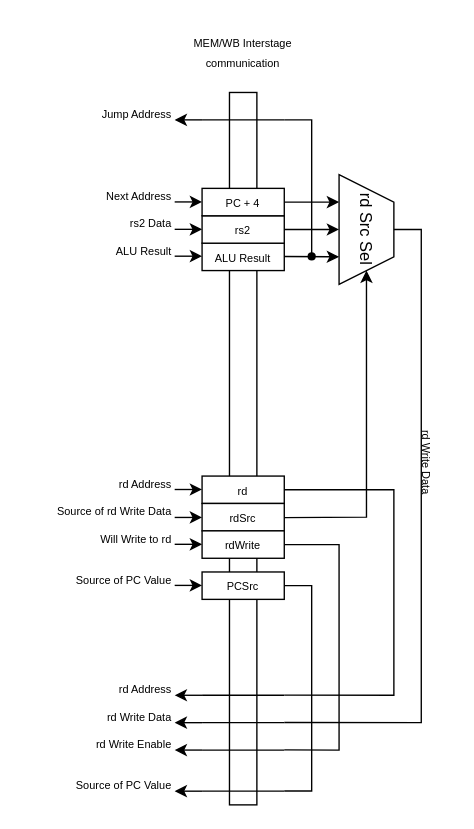
This is page "Writeback stage" (6 of 6) of docs/imgs/microarchitecture/datapath.drawio from WachirawichN/C0-CPU, a draw.io file, before an edit. Source tidied: cells renumbered, new cells numbered last; positions are measured from the earlier drawing's top-left corner, leaving out a move shared by most shapes. Both pictures are drawn from the tidied source at 137%, with x=0, y=0 at pixel (23, 23).
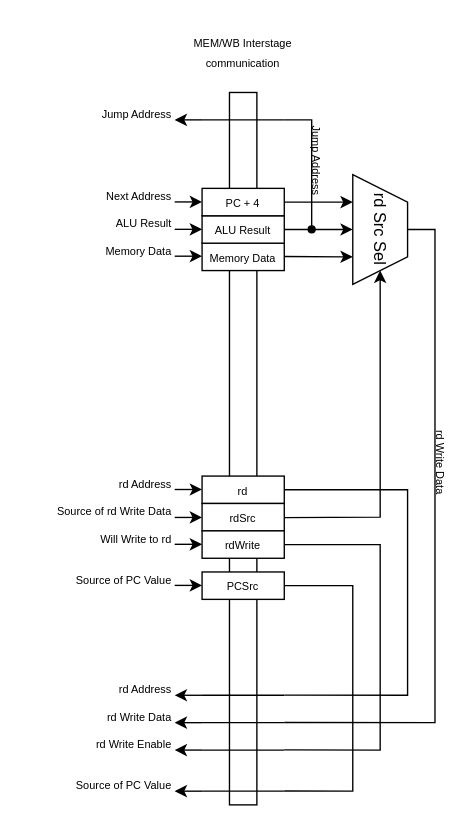
The same page after the edit.

Commit message (it also covers changes not shown here):
Many changes about PCSrc and JmpOp Control Signal

The change refers to these unchanged cells:
```xml
<mxCell id="2" style="group;" parent="1" vertex="1">
  <mxGeometry x="120" width="80" height="570" as="geometry" />
</mxCell>
<mxCell id="13" value="&lt;font style=&quot;font-size: 8px;&quot;&gt;rd&lt;/font&gt;" style="rounded=0;whiteSpace=wrap;html=1;strokeColor=light-dark(#000000,#FFFFFF);fillColor=light-dark(#FFFFFF,#000000);" parent="2" vertex="1">
  <mxGeometry x="10" y="330" width="60" height="20" as="geometry" />
</mxCell>
<mxCell id="15" value="&lt;font style=&quot;font-size: 8px;&quot;&gt;rdWrite&lt;/font&gt;" style="rounded=0;whiteSpace=wrap;html=1;strokeColor=light-dark(#000000,#FFFFFF);fillColor=light-dark(#FFFFFF,#000000);" parent="2" vertex="1">
  <mxGeometry x="10" y="370" width="60" height="20" as="geometry" />
</mxCell>
```

The edit, as a diff of the source:
```diff
@@
-    <mxCell id="10" value="&lt;font style=&quot;font-size: 8px;&quot;&gt;ALU Result&lt;/font&gt;" style="rounded=0;whiteSpace=wrap;html=1;strokeColor=light-dark(#000000,#FFFFFF);fillColor=light-dark(#FFFFFF,#000000);" parent="2" vertex="1">
+    <mxCell id="10" value="&lt;span style=&quot;font-size: 8px;&quot;&gt;Memory Data&lt;/span&gt;" style="rounded=0;whiteSpace=wrap;html=1;strokeColor=light-dark(#000000,#FFFFFF);fillColor=light-dark(#FFFFFF,#000000);" parent="2" vertex="1">
       <mxGeometry x="10" y="160" width="60" height="20" as="geometry" />
     </mxCell>
-    <mxCell id="11" value="&lt;font style=&quot;font-size: 8px;&quot;&gt;rs2&lt;/font&gt;" style="rounded=0;whiteSpace=wrap;html=1;strokeColor=light-dark(#000000,#FFFFFF);fillColor=light-dark(#FFFFFF,#000000);" parent="2" vertex="1">
+    <mxCell id="11" value="&lt;span style=&quot;font-size: 8px;&quot;&gt;ALU Result&lt;/span&gt;" style="rounded=0;whiteSpace=wrap;html=1;strokeColor=light-dark(#000000,#FFFFFF);fillColor=light-dark(#FFFFFF,#000000);" parent="2" vertex="1">
       <mxGeometry x="10" y="140" width="60" height="20" as="geometry" />
     </mxCell>
@@
-    <mxCell id="16" value="&lt;font style=&quot;font-size: 8px;&quot;&gt;PCSrc&lt;/font&gt;" style="rounded=0;whiteSpace=wrap;html=1;strokeColor=light-dark(#000000,#FFFFFF);fillColor=light-dark(#FFFFFF,#000000);" parent="2" vertex="1">
+    <mxCell id="16" value="&lt;span style=&quot;font-size: 8px;&quot;&gt;PCSrc&lt;/span&gt;" style="rounded=0;whiteSpace=wrap;html=1;strokeColor=light-dark(#000000,#FFFFFF);fillColor=light-dark(#FFFFFF,#000000);" parent="2" vertex="1">
       <mxGeometry x="10" y="400" width="60" height="20" as="geometry" />
     </mxCell>
-    <mxCell id="17" value="rd Src Sel" style="shape=trapezoid;perimeter=trapezoidPerimeter;whiteSpace=wrap;html=1;shapeInside=1;fixedSize=1;rotation=90;" parent="1" vertex="1">
-      <mxGeometry x="210" y="130" width="80" height="40" as="geometry" />
+    <mxCell id="17" value="rd Src Sel" style="shape=trapezoid;perimeter=trapezoidPerimeter;whiteSpace=wrap;html=1;shapeInside=1;fixedSize=1;rotation=90;fillColor=light-dark(#FFFFFF,#000000);" parent="1" vertex="1">
+      <mxGeometry x="220" y="130" width="80" height="40" as="geometry" />
     </mxCell>
@@
-    <mxCell id="24" value="&lt;span style=&quot;font-size: 8px;&quot;&gt;Source of PC Value&lt;/span&gt;" style="text;html=1;whiteSpace=wrap;strokeColor=none;fillColor=none;align=right;verticalAlign=middle;rounded=0;" parent="1" vertex="1">
+    <mxCell id="24" value="&lt;span style=&quot;font-size: 8px; text-align: left;&quot;&gt;Source of PC Value&lt;/span&gt;" style="text;html=1;whiteSpace=wrap;strokeColor=none;fillColor=none;align=right;verticalAlign=middle;rounded=0;" parent="1" vertex="1">
       <mxGeometry y="399.8" width="110" height="10" as="geometry" />
     </mxCell>
-    <mxCell id="25" value="&lt;font style=&quot;font-size: 8px;&quot;&gt;rs2 Data&lt;/font&gt;" style="text;html=1;whiteSpace=wrap;strokeColor=none;fillColor=none;align=right;verticalAlign=middle;rounded=0;" parent="1" vertex="1">
+    <mxCell id="25" value="&lt;span style=&quot;font-size: 8px; text-align: center;&quot;&gt;ALU Result&lt;/span&gt;" style="text;html=1;whiteSpace=wrap;strokeColor=none;fillColor=none;align=right;verticalAlign=middle;rounded=0;" parent="1" vertex="1">
       <mxGeometry y="140" width="110" height="10" as="geometry" />
     </mxCell>
@@
-    <mxCell id="28" value="&lt;span style=&quot;font-size: 8px;&quot;&gt;ALU Result&lt;/span&gt;" style="text;html=1;whiteSpace=wrap;strokeColor=none;fillColor=none;align=right;verticalAlign=middle;rounded=0;" parent="1" vertex="1">
+    <mxCell id="28" value="&lt;span style=&quot;font-size: 8px; text-align: center;&quot;&gt;Memory Data&lt;/span&gt;" style="text;html=1;whiteSpace=wrap;strokeColor=none;fillColor=none;align=right;verticalAlign=middle;rounded=0;" parent="1" vertex="1">
       <mxGeometry y="159.7" width="110" height="10" as="geometry" />
     </mxCell>
@@
     <mxCell id="45" style="endArrow=classic;html=1;rounded=0;entryX=1;entryY=0.5;entryDx=0;entryDy=0;" parent="1" edge="1" target="17">
       <mxGeometry relative="1" as="geometry">
         <mxPoint x="190" y="360.3" as="sourcePoint" />
         <Array as="points">
-          <mxPoint x="250" y="360" />
+          <mxPoint x="260" y="360" />
         </Array>
       </mxGeometry>
     </mxCell>
     <mxCell id="46" style="endArrow=none;html=1;rounded=0;entryX=1;entryY=0.5;entryDx=0;entryDy=0;" parent="1" edge="1" target="16">
       <mxGeometry relative="1" as="geometry">
         <mxPoint x="190" y="559.9" as="sourcePoint" />
         <Array as="points">
-          <mxPoint x="210" y="559.9" />
-          <mxPoint x="210" y="410" />
+          <mxPoint x="240" y="560" />
+          <mxPoint x="240" y="410" />
         </Array>
       </mxGeometry>
     </mxCell>
     <mxCell id="47" style="endArrow=none;html=1;rounded=0;entryX=1;entryY=0.5;entryDx=0;entryDy=0;" parent="1" edge="1" target="15">
       <mxGeometry relative="1" as="geometry">
         <mxPoint x="190" y="529.9" as="sourcePoint" />
         <Array as="points">
-          <mxPoint x="230" y="530" />
-          <mxPoint x="230" y="380" />
+          <mxPoint x="260" y="530" />
+          <mxPoint x="260" y="380" />
         </Array>
       </mxGeometry>
     </mxCell>
     <mxCell id="48" style="endArrow=none;html=1;rounded=0;entryX=0.5;entryY=0;entryDx=0;entryDy=0;" parent="1" edge="1" target="17">
       <mxGeometry relative="1" as="geometry">
         <mxPoint x="190" y="509.9" as="sourcePoint" />
         <Array as="points">
-          <mxPoint x="290" y="510" />
-          <mxPoint x="290" y="150" />
+          <mxPoint x="300" y="510" />
+          <mxPoint x="300" y="150" />
         </Array>
       </mxGeometry>
     </mxCell>
     <mxCell id="49" style="endArrow=none;html=1;rounded=0;entryX=1;entryY=0.5;entryDx=0;entryDy=0;" parent="1" edge="1" target="13">
       <mxGeometry relative="1" as="geometry">
         <mxPoint x="190" y="489.9" as="sourcePoint" />
         <Array as="points">
-          <mxPoint x="270" y="490" />
-          <mxPoint x="270" y="340" />
+          <mxPoint x="280" y="490" />
+          <mxPoint x="280" y="340" />
         </Array>
       </mxGeometry>
     </mxCell>
     <mxCell id="50" style="shape=waypoint;sketch=0;fillStyle=solid;size=6;points=[];fillColor=none;perimeter=centerPerimeter;snapToPoint=1;" parent="1" vertex="1">
-      <mxGeometry x="200" y="159.7" width="20" height="20" as="geometry" />
+      <mxGeometry x="200" y="140" width="20" height="20" as="geometry" />
     </mxCell>
@@
     <mxCell id="52" value="&lt;span style=&quot;font-size: 8px;&quot;&gt;rd Write Data&lt;/span&gt;" style="text;html=1;whiteSpace=wrap;strokeColor=none;fillColor=none;align=center;verticalAlign=middle;rounded=0;rotation=90;" parent="1" vertex="1">
-      <mxGeometry x="265" y="315.3" width="60" height="10" as="geometry" />
+      <mxGeometry x="275" y="315.3" width="60" height="10" as="geometry" />
     </mxCell>
+    <mxCell id="53" value="&lt;span style=&quot;font-size: 8px;&quot;&gt;Jump Address&lt;/span&gt;" style="text;html=1;whiteSpace=wrap;strokeColor=none;fillColor=none;align=center;verticalAlign=middle;rounded=0;rotation=90;" parent="1" vertex="1">
+      <mxGeometry x="185" y="95" width="60" height="10" as="geometry" />
+    </mxCell>
```
